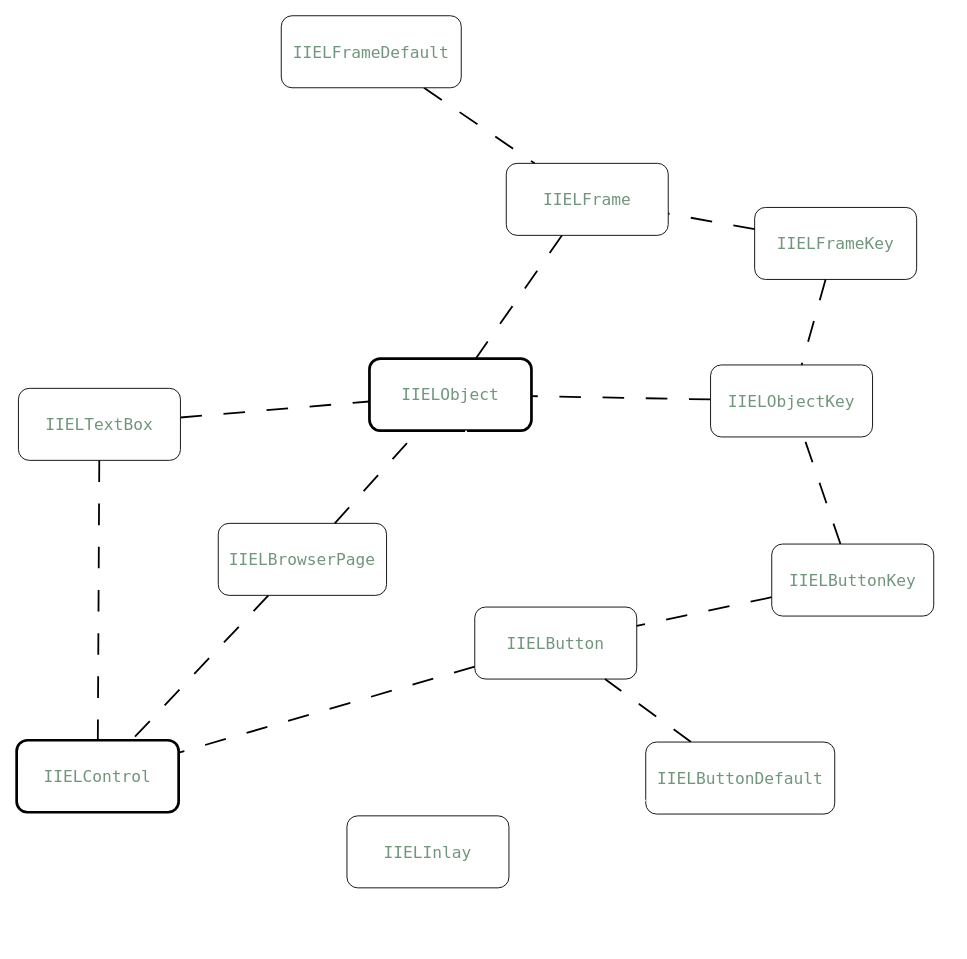
This is page "FRONT Диаграмма" (2 of 2) of IEL.drawio from Lisyaka46/IEL, a draw.io file, before an edit. Source tidied: cells renumbered, new cells numbered last; positions are measured from the earlier drawing's top-left corner, leaving out a move shared by most shapes. Both pictures are drawn from the tidied source at 90%, with x=0, y=0 at pixel (16, 15).
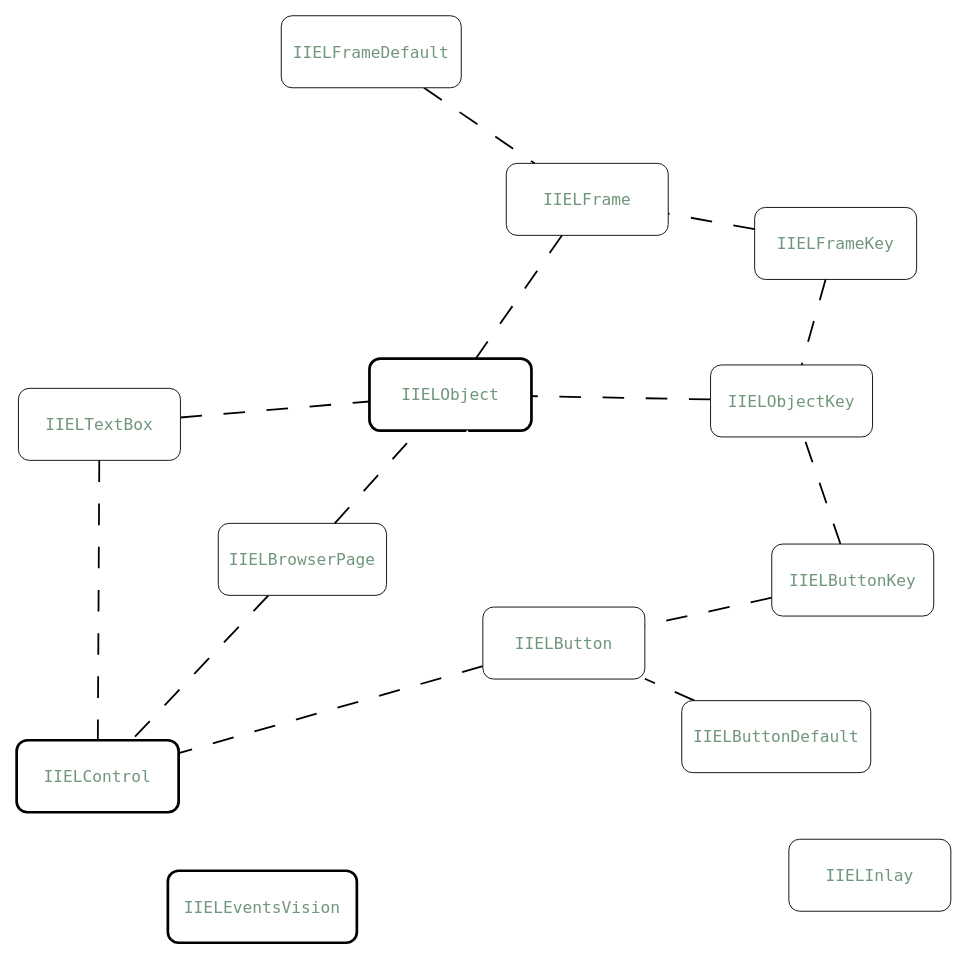
After the change.

The edit, as a diff of the source:
```diff
@@
     <mxCell id="5" value="IIELButton" style="rounded=1;whiteSpace=wrap;fontSize=18;fontColor=#70967C;fontFamily=Lucida Console;" parent="1" vertex="1">
-      <mxGeometry x="509" y="657" width="180" height="80" as="geometry" />
+      <mxGeometry x="518" y="657" width="180" height="80" as="geometry" />
     </mxCell>
@@
     <mxCell id="7" value="IIELButtonDefault" style="rounded=1;whiteSpace=wrap;fontSize=18;fontColor=#70967C;fontFamily=Lucida Console;" parent="1" vertex="1">
-      <mxGeometry x="699" y="807" width="210" height="80" as="geometry" />
+      <mxGeometry x="739" y="761" width="210" height="80" as="geometry" />
     </mxCell>
@@
     <mxCell id="28" value="IIELInlay" style="rounded=1;whiteSpace=wrap;fontSize=18;fontColor=#70967C;fontFamily=Lucida Console;" parent="1" vertex="1">
-      <mxGeometry x="367" y="889" width="180" height="80" as="geometry" />
+      <mxGeometry x="858" y="915" width="180" height="80" as="geometry" />
     </mxCell>
+    <mxCell id="29" value="IIELEventsVision" style="rounded=1;whiteSpace=wrap;fontSize=18;fontColor=#70967C;fontFamily=Lucida Console;strokeWidth=3;" parent="1" vertex="1">
+      <mxGeometry x="168" y="950" width="210" height="80" as="geometry" />
+    </mxCell>
```
